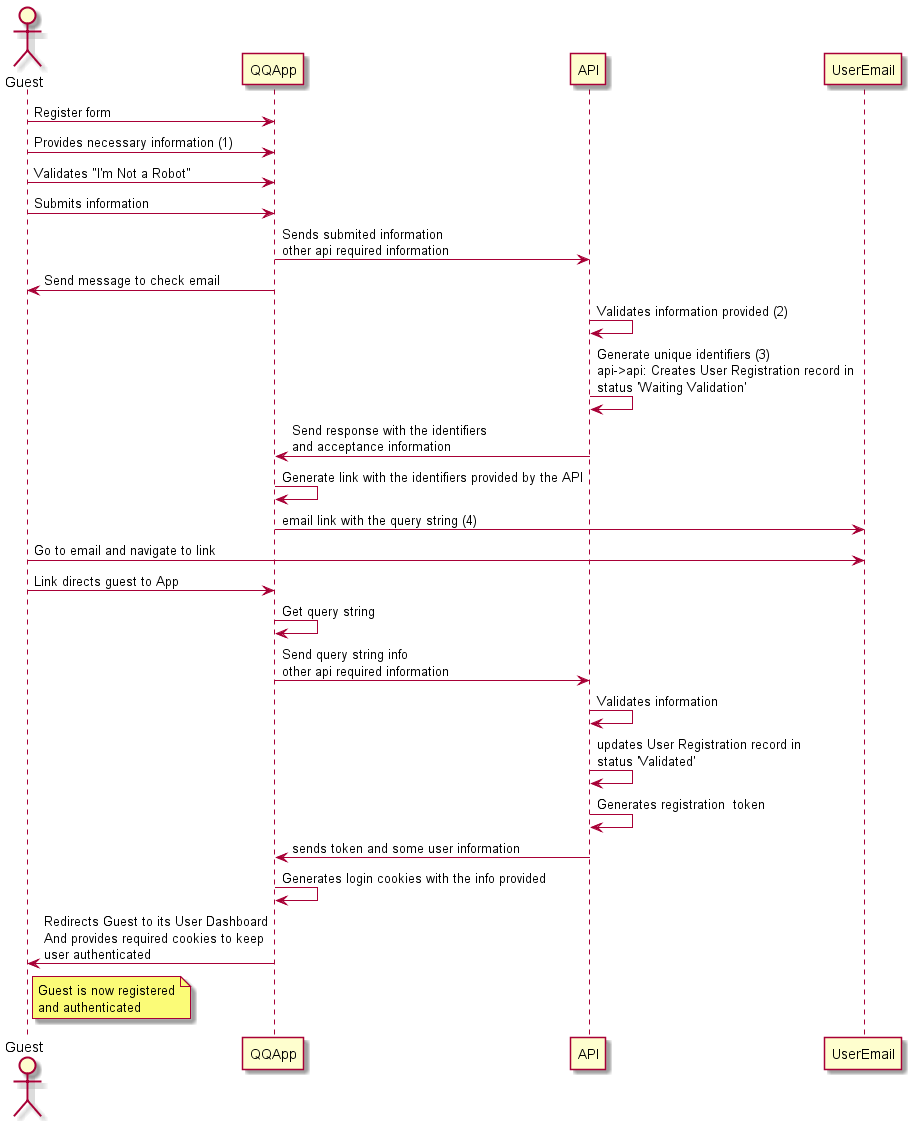
Above: docs/RegisterUser.png in i-on-project/quick-quiz (PlantUML), before the change.
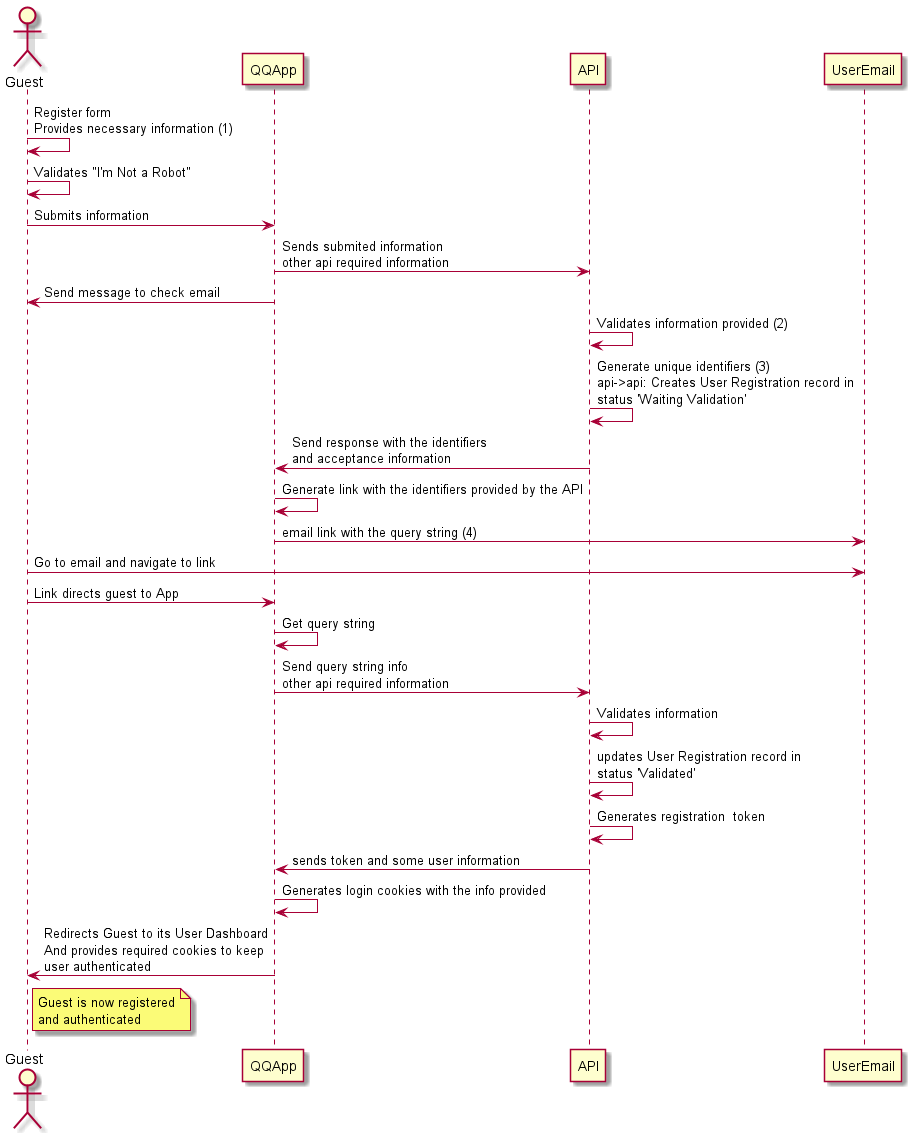
Later version of the same file.

Commit message:
fix to register and login workflow

The edit, as a diff of the source:
```diff
@@ -4,9 +4,8 @@
 participant QQApp as qq
 participant API as api
 participant UserEmail as email
-guest->qq: Register form
-guest->qq: Provides necessary information (1)
-guest->qq: Validates "I'm Not a Robot"
+guest->guest: Register form\nProvides necessary information (1)
+guest->guest: Validates "I'm Not a Robot"
 guest->qq: Submits information
 qq->api: Sends submited information\nother api required information
 qq->guest: Send message to check email
```
